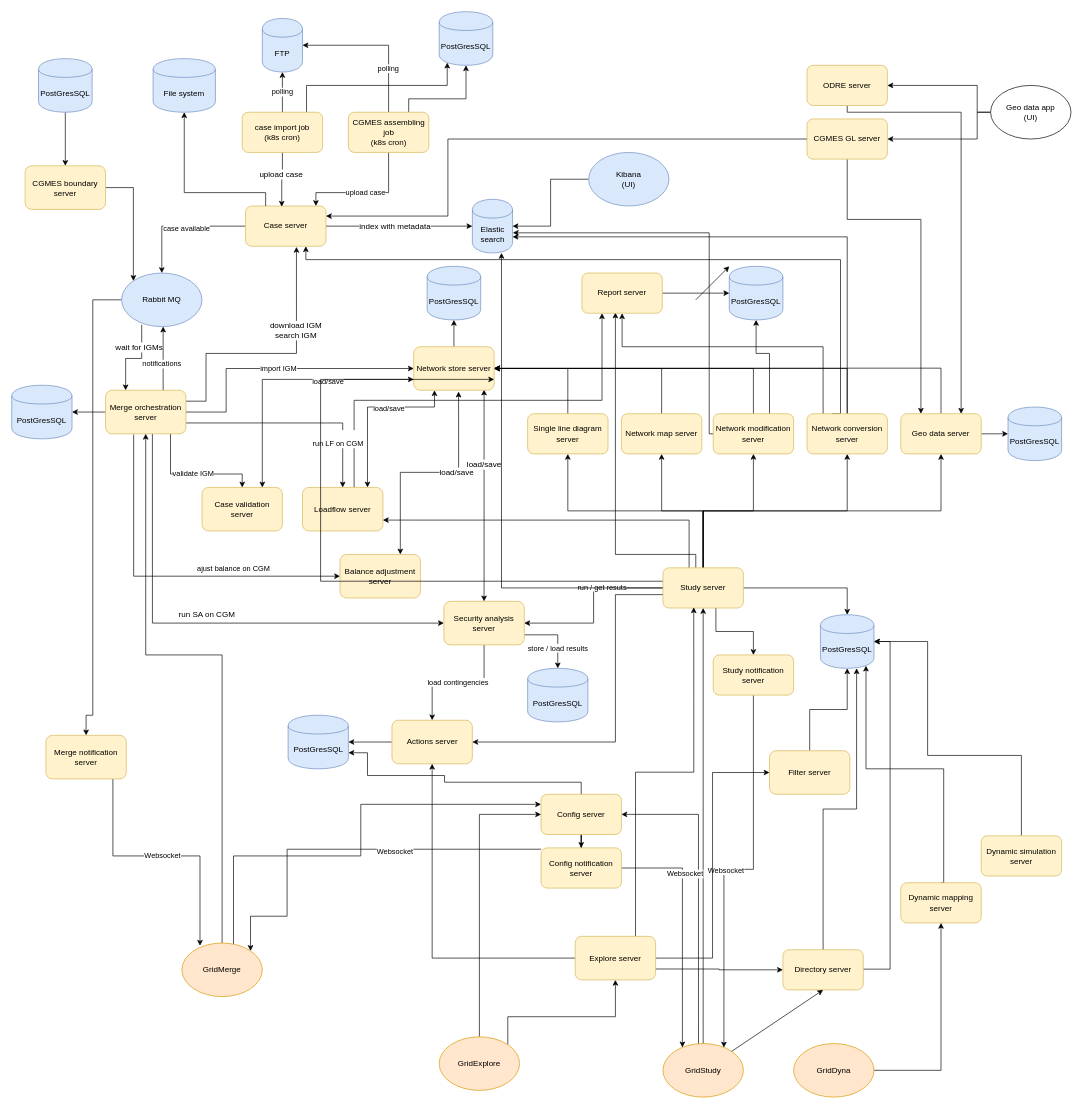
Before: diagrams/gridsuite_architecture.drawio in gridsuite/documentation, a draw.io diagram. Source tidied: cells renumbered, new cells numbered last; positions are measured from the earlier drawing's top-left corner, leaving out a move shared by most shapes. Both pictures are drawn from the tidied source at 67%, with x=0, y=0 at pixel (11, 11).
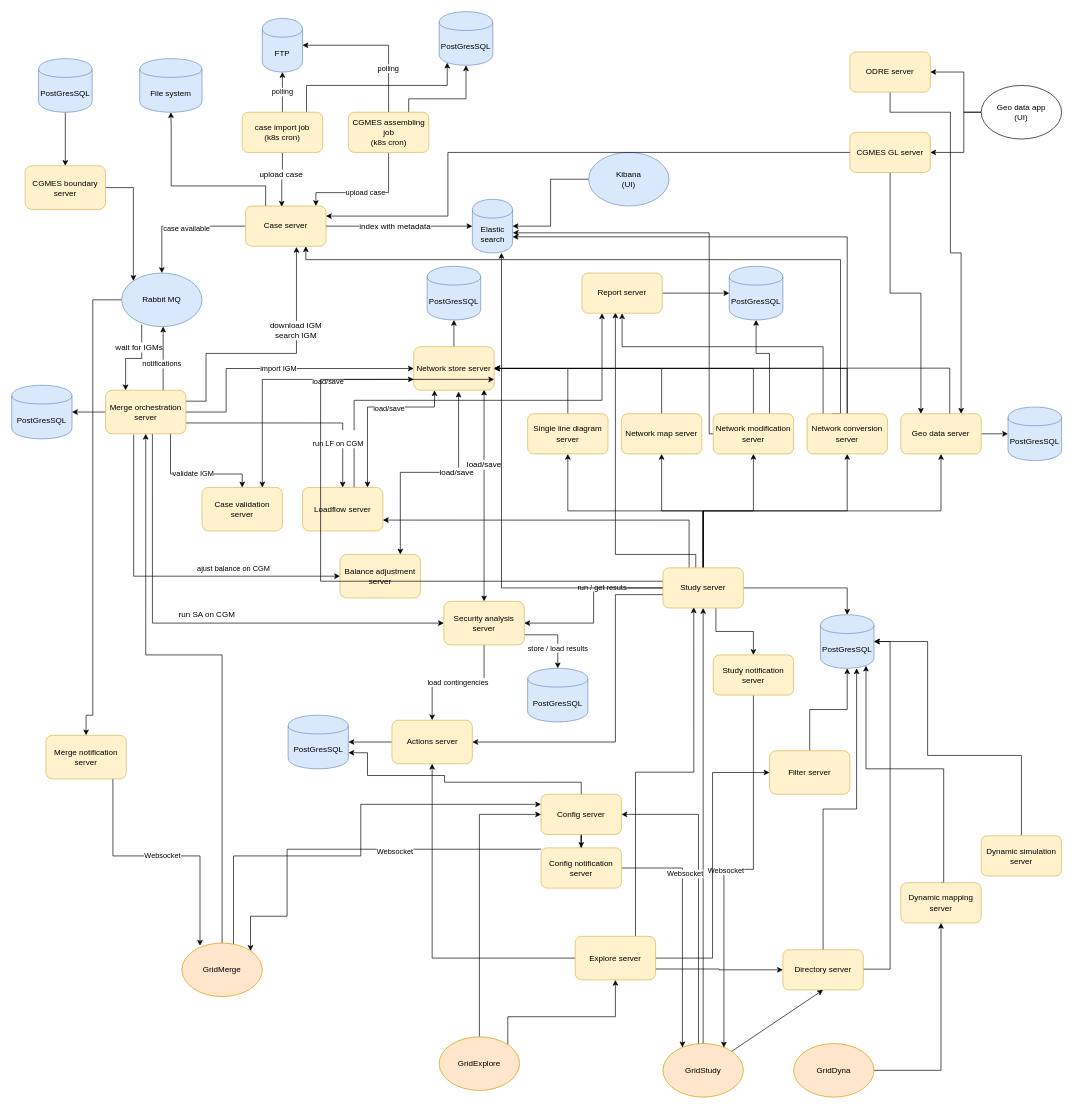
Above is the later version.

The change refers to these unchanged cells:
```xml
<mxCell id="7" value="Case server" style="rounded=1;whiteSpace=wrap;html=1;fillColor=#fff2cc;strokeColor=#d6b656;" parent="1" vertex="1">
  <mxGeometry x="349" y="290" width="120" height="60" as="geometry" />
</mxCell>
<mxCell id="91" value="Geo data server" style="rounded=1;whiteSpace=wrap;html=1;fillColor=#fff2cc;strokeColor=#d6b656;" parent="1" vertex="1">
  <mxGeometry x="1327" y="600" width="120" height="60" as="geometry" />
</mxCell>
```

What changed in the source:
```diff
@@
+    <mxCell id="152" style="edgeStyle=orthogonalEdgeStyle;rounded=0;jettySize=auto;html=1;entryX=0.5;entryY=1;entryDx=0;entryDy=0;exitX=0.25;exitY=0;exitDx=0;exitDy=0;" parent="1" edge="1" source="7" target="104">
+      <mxGeometry relative="1" as="geometry">
+        <Array as="points">
+          <mxPoint x="379" y="260" />
+          <mxPoint x="238" y="260" />
+          <mxPoint x="238" y="170" />
+        </Array>
+      </mxGeometry>
+    </mxCell>
@@
-    <mxCell id="89" style="edgeStyle=orthogonalEdgeStyle;rounded=0;jettySize=auto;html=1;exitX=0.5;exitY=0;exitDx=0;exitDy=0;" parent="1" edge="1" source="91">
+    <mxCell id="89" style="edgeStyle=orthogonalEdgeStyle;rounded=0;orthogonalLoop=1;jettySize=auto;html=1;exitX=0.5;exitY=0;exitDx=0;exitDy=0;" parent="1" edge="1">
       <mxGeometry relative="1" as="geometry">
+        <mxPoint x="1400" y="602" as="sourcePoint" />
         <mxPoint x="720" y="532" as="targetPoint" />
         <Array as="points">
-          <mxPoint x="1387" y="532" />
+          <mxPoint x="1400" y="532" />
         </Array>
       </mxGeometry>
     </mxCell>
@@
-    <mxCell id="93" style="edgeStyle=orthogonalEdgeStyle;rounded=0;jettySize=auto;html=1;entryX=0.25;entryY=0;entryDx=0;entryDy=0;exitX=0.5;exitY=1;exitDx=0;exitDy=0;" parent="1" edge="1" source="95" target="91">
-      <mxGeometry relative="1" as="geometry">
-        <Array as="points">
-          <mxPoint x="1247" y="310" />
-          <mxPoint x="1357" y="310" />
-        </Array>
-      </mxGeometry>
+    <mxCell id="93" style="edgeStyle=orthogonalEdgeStyle;rounded=0;jettySize=auto;html=1;entryX=0.25;entryY=0;entryDx=0;entryDy=0;" parent="1" edge="1" source="95" target="91">
+      <mxGeometry relative="1" as="geometry" />
     </mxCell>
-    <mxCell id="94" style="edgeStyle=orthogonalEdgeStyle;rounded=0;jettySize=auto;html=1;exitX=0;exitY=0.5;exitDx=0;exitDy=0;entryX=1;entryY=0.25;entryDx=0;entryDy=0;" parent="1" edge="1" source="95" target="7">
-      <mxGeometry relative="1" as="geometry">
-        <Array as="points">
-          <mxPoint x="651" y="190" />
-          <mxPoint x="651" y="305" />
-        </Array>
-      </mxGeometry>
-    </mxCell>
     <mxCell id="95" value="CGMES GL server" style="rounded=1;whiteSpace=wrap;html=1;fillColor=#fff2cc;strokeColor=#d6b656;" parent="1" vertex="1">
-      <mxGeometry x="1187" y="160" width="120" height="60" as="geometry" />
+      <mxGeometry x="1251" y="180" width="120" height="60" as="geometry" />
     </mxCell>
     <mxCell id="96" style="edgeStyle=orthogonalEdgeStyle;rounded=0;jettySize=auto;html=1;entryX=0.75;entryY=0;entryDx=0;entryDy=0;exitX=0.5;exitY=1;exitDx=0;exitDy=0;" parent="1" edge="1" source="97" target="91">
       <mxGeometry relative="1" as="geometry">
         <Array as="points">
-          <mxPoint x="1247" y="150" />
-          <mxPoint x="1417" y="150" />
+          <mxPoint x="1311" y="150" />
+          <mxPoint x="1401" y="150" />
+          <mxPoint x="1401" y="360" />
+          <mxPoint x="1417" y="360" />
         </Array>
       </mxGeometry>
     </mxCell>
     <mxCell id="97" value="ODRE server" style="rounded=1;whiteSpace=wrap;html=1;fillColor=#fff2cc;strokeColor=#d6b656;" parent="1" vertex="1">
-      <mxGeometry x="1187" y="80" width="120" height="60" as="geometry" />
+      <mxGeometry x="1251" y="60" width="120" height="60" as="geometry" />
     </mxCell>
-    <mxCell id="98" style="edgeStyle=orthogonalEdgeStyle;rounded=0;jettySize=auto;html=1;entryX=1;entryY=0.5;entryDx=0;entryDy=0;exitX=0;exitY=0.5;exitDx=0;exitDy=0;" parent="1" edge="1" source="100" target="95">
+    <mxCell id="98" style="edgeStyle=orthogonalEdgeStyle;rounded=0;jettySize=auto;html=1;exitX=0;exitY=0.5;exitDx=0;exitDy=0;" parent="1" edge="1" source="100" target="95">
       <mxGeometry relative="1" as="geometry">
         <Array as="points">
-          <mxPoint x="1441" y="150" />
-          <mxPoint x="1441" y="190" />
+          <mxPoint x="1421" y="150" />
+          <mxPoint x="1421" y="210" />
         </Array>
       </mxGeometry>
     </mxCell>
     <mxCell id="99" style="edgeStyle=orthogonalEdgeStyle;rounded=0;jettySize=auto;html=1;entryX=1;entryY=0.5;entryDx=0;entryDy=0;exitX=0;exitY=0.5;exitDx=0;exitDy=0;" parent="1" edge="1" source="100" target="97">
       <mxGeometry relative="1" as="geometry">
         <Array as="points">
-          <mxPoint x="1441" y="150" />
-          <mxPoint x="1441" y="110" />
+          <mxPoint x="1421" y="150" />
+          <mxPoint x="1421" y="90" />
         </Array>
       </mxGeometry>
     </mxCell>
     <mxCell id="100" value="&lt;div&gt;Geo data app &lt;br&gt;&lt;/div&gt;&lt;div&gt;(UI)&lt;/div&gt;" style="ellipse;whiteSpace=wrap;html=1;" parent="1" vertex="1">
-      <mxGeometry x="1461" y="110" width="120" height="80" as="geometry" />
+      <mxGeometry x="1447" y="110" width="120" height="80" as="geometry" />
     </mxCell>
@@
     <mxCell id="104" value="File system" style="shape=cylinder;whiteSpace=wrap;html=1;boundedLbl=1;backgroundOutline=1;fillColor=#dae8fc;strokeColor=#6c8ebf;" parent="1" vertex="1">
-      <mxGeometry x="211" y="70" width="93" height="80" as="geometry" />
+      <mxGeometry x="191" y="70" width="93" height="80" as="geometry" />
     </mxCell>
@@
-    <mxCell id="152" style="endArrow=classic;html=1;rounded=0;entryX=0.5;entryY=1;entryDx=0;entryDy=0;exitX=0.25;exitY=0;exitDx=0;exitDy=0;edgeStyle=orthogonalEdgeStyle;" parent="1" edge="1" source="7" target="104">
-      <mxGeometry relative="1" as="geometry">
-        <Array as="points">
-          <mxPoint x="379" y="270" />
-          <mxPoint x="258" y="270" />
-        </Array>
-      </mxGeometry>
-    </mxCell>
-    <mxCell id="153" style="endArrow=classic;html=1;rounded=0;" parent="1" edge="1">
-      <mxGeometry relative="1" as="geometry">
-        <mxPoint x="1021" y="430" as="sourcePoint" />
-        <mxPoint x="1071" y="380" as="targetPoint" />
-      </mxGeometry>
-    </mxCell>
+    <mxCell id="94" style="endArrow=classic;html=1;rounded=0;entryX=1;entryY=0.25;entryDx=0;entryDy=0;exitX=0;exitY=0.5;exitDx=0;exitDy=0;edgeStyle=elbowEdgeStyle;" parent="1" edge="1" source="95" target="7">
+      <mxGeometry relative="1" as="geometry">
+        <Array as="points">
+          <mxPoint x="651" y="240" />
+        </Array>
+      </mxGeometry>
+    </mxCell>
```
